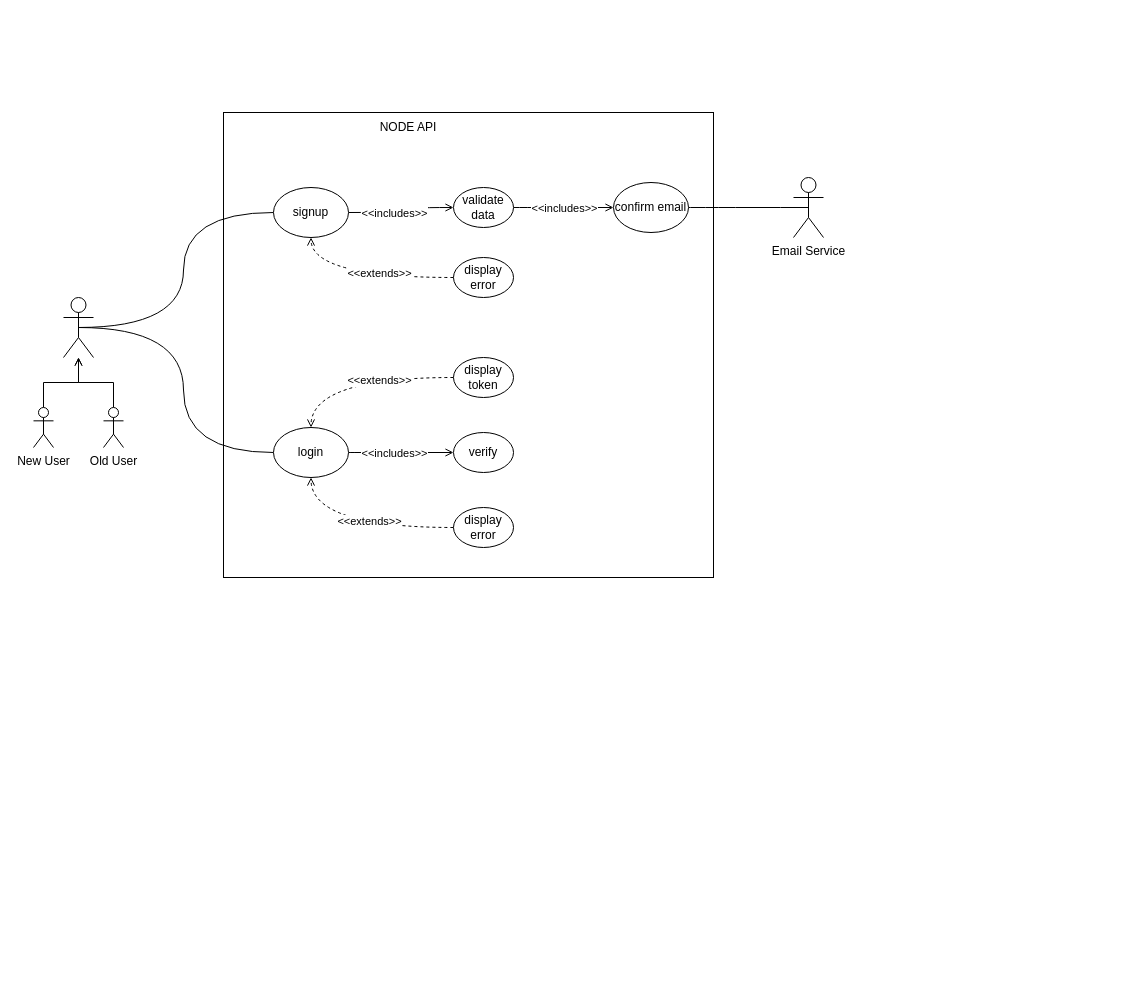
guimassoqueto/node-clean-api keeps this draw.io diagram as diagrams/UML/node-api.usecase.drawio. Above is the earlier version. Source tidied: cells renumbered, new cells numbered last; positions are measured from the earlier drawing's top-left corner, leaving out a move shared by most shapes. Both pictures are drawn from the tidied source at 100%, with x=0, y=0 at pixel (33, 112).
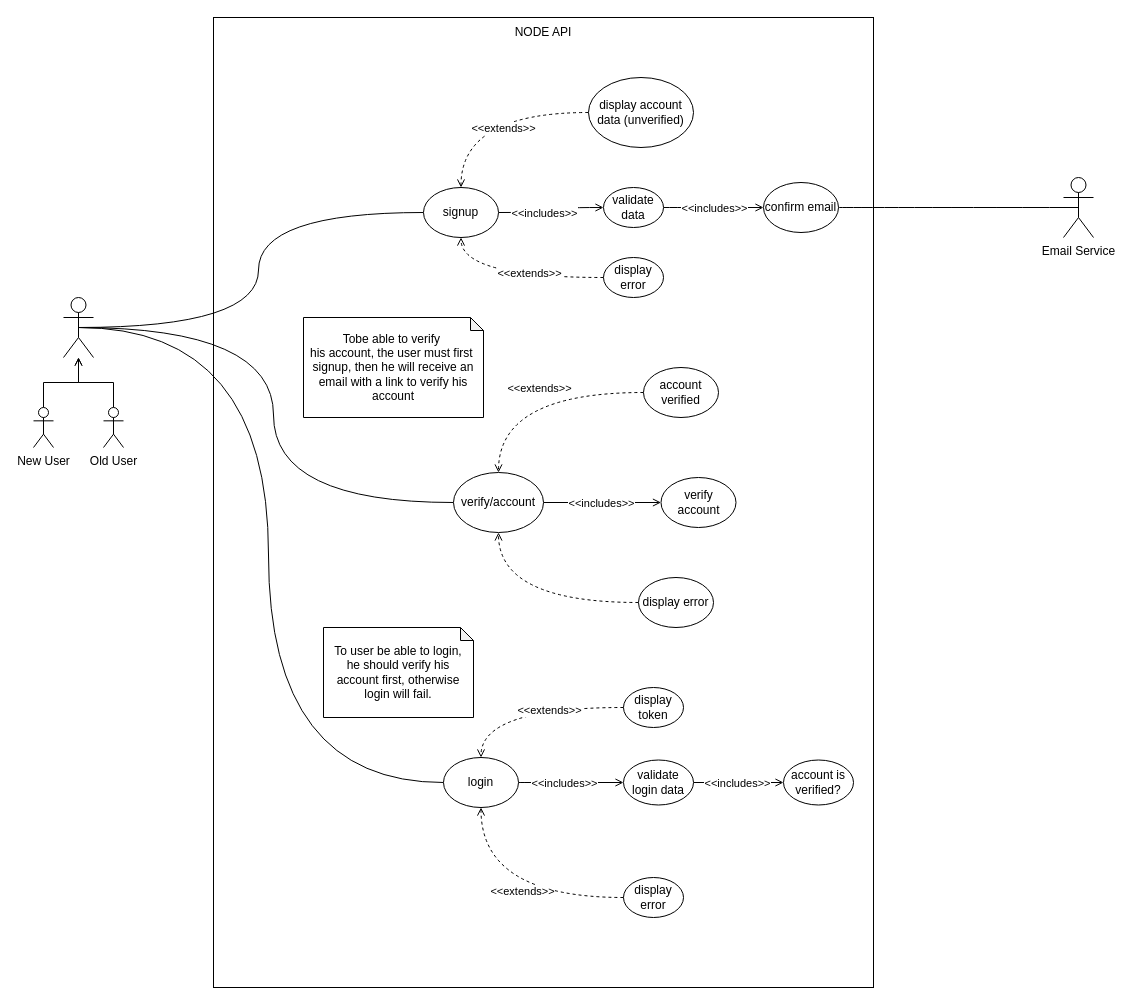
After the change.

Commit message (it also covers changes not shown here):
docs: update usecase diagram

Unchanged cells that the change refers to:
```xml
<mxCell id="5" style="shape=umlActor;verticalLabelPosition=bottom;verticalAlign=top;html=1;outlineConnect=0;" parent="1" vertex="1">
  <mxGeometry x="30" y="185" width="30" height="60" as="geometry" />
</mxCell>
```

What changed in the source:
```diff
@@
     <mxCell id="2" style="rounded=0;whiteSpace=wrap;html=1;fillColor=none;" parent="1" vertex="1">
-      <mxGeometry x="190" width="490" height="465" as="geometry" />
+      <mxGeometry x="180" y="-95" width="660" height="970" as="geometry" />
     </mxCell>
@@
+    <mxCell id="34" style="edgeStyle=orthogonalEdgeStyle;jettySize=auto;html=1;exitX=0.5;exitY=0.5;exitDx=0;exitDy=0;exitPerimeter=0;entryX=0;entryY=0.5;entryDx=0;entryDy=0;curved=1;endArrow=none;endFill=0;" parent="1" edge="1" source="5" target="42">
+      <mxGeometry relative="1" as="geometry" />
+    </mxCell>
@@
     <mxCell id="9" value="signup" style="ellipse;whiteSpace=wrap;html=1;" parent="1" vertex="1">
-      <mxGeometry x="240" y="75" width="75" height="50" as="geometry" />
+      <mxGeometry x="390" y="75" width="75" height="50" as="geometry" />
     </mxCell>
@@
     <mxCell id="12" value="login" style="ellipse;whiteSpace=wrap;html=1;" parent="1" vertex="1">
-      <mxGeometry x="240" y="315" width="75" height="50" as="geometry" />
+      <mxGeometry x="410" y="645" width="75" height="50" as="geometry" />
     </mxCell>
@@
     <mxCell id="15" value="validate data" style="ellipse;whiteSpace=wrap;html=1;" parent="1" vertex="1">
-      <mxGeometry x="420" y="75" width="60" height="40" as="geometry" />
+      <mxGeometry x="570" y="75" width="60" height="40" as="geometry" />
     </mxCell>
@@
     <mxCell id="18" value="display error" style="ellipse;whiteSpace=wrap;html=1;" parent="1" vertex="1">
-      <mxGeometry x="420" y="145" width="60" height="40" as="geometry" />
+      <mxGeometry x="570" y="145" width="60" height="40" as="geometry" />
     </mxCell>
+    <mxCell id="35" style="edgeStyle=orthogonalEdgeStyle;rounded=0;jettySize=auto;html=1;endArrow=open;endFill=0;" parent="1" edge="1" source="19" target="51">
+      <mxGeometry relative="1" as="geometry" />
+    </mxCell>
+    <mxCell id="36" value="&amp;lt;&amp;lt;includes&amp;gt;&amp;gt;" style="edgeLabel;html=1;align=center;verticalAlign=middle;" parent="35" vertex="1">
+      <mxGeometry x="-0.24" y="3" relative="1" as="geometry">
+        <mxPoint x="9" y="3" as="offset" />
+      </mxGeometry>
+    </mxCell>
-    <mxCell id="19" value="&lt;div&gt;verify&lt;br&gt;&lt;/div&gt;" style="ellipse;whiteSpace=wrap;html=1;" parent="1" vertex="1">
-      <mxGeometry x="420" y="320" width="60" height="40" as="geometry" />
+    <mxCell id="19" value="&lt;div&gt;validate login data&lt;br&gt;&lt;/div&gt;" style="ellipse;whiteSpace=wrap;html=1;" parent="1" vertex="1">
+      <mxGeometry x="590" y="647.5" width="70" height="45" as="geometry" />
     </mxCell>
@@
     <mxCell id="22" value="display error" style="ellipse;whiteSpace=wrap;html=1;" parent="1" vertex="1">
-      <mxGeometry x="420" y="395" width="60" height="40" as="geometry" />
+      <mxGeometry x="590" y="765" width="60" height="40" as="geometry" />
     </mxCell>
@@
     <mxCell id="25" value="display token" style="ellipse;whiteSpace=wrap;html=1;" parent="1" vertex="1">
-      <mxGeometry x="420" y="245" width="60" height="40" as="geometry" />
+      <mxGeometry x="590" y="575" width="60" height="40" as="geometry" />
     </mxCell>
     <mxCell id="26" value="NODE API" style="text;html=1;strokeColor=none;fillColor=none;align=center;verticalAlign=middle;whiteSpace=wrap;rounded=0;" parent="1" vertex="1">
-      <mxGeometry x="345" width="60" height="30" as="geometry" />
+      <mxGeometry x="480" y="-95" width="60" height="30" as="geometry" />
     </mxCell>
     <mxCell id="27" value="Email Service" style="shape=umlActor;verticalLabelPosition=bottom;verticalAlign=top;html=1;outlineConnect=0;" parent="1" vertex="1">
-      <mxGeometry x="760" y="65" width="30" height="60" as="geometry" />
+      <mxGeometry x="1030" y="65" width="30" height="60" as="geometry" />
     </mxCell>
@@
     <mxCell id="29" value="confirm email" style="ellipse;whiteSpace=wrap;html=1;" parent="1" vertex="1">
-      <mxGeometry x="580" y="70" width="75" height="50" as="geometry" />
+      <mxGeometry x="730" y="70" width="75" height="50" as="geometry" />
     </mxCell>
@@
+    <mxCell id="37" style="edgeStyle=orthogonalEdgeStyle;jettySize=auto;html=1;entryX=0.5;entryY=0;entryDx=0;entryDy=0;curved=1;dashed=1;endArrow=open;endFill=0;" parent="1" edge="1" source="39" target="9">
+      <mxGeometry relative="1" as="geometry" />
+    </mxCell>
+    <mxCell id="38" value="&amp;lt;&amp;lt;extends&amp;gt;&amp;gt;" style="edgeLabel;html=1;align=center;verticalAlign=middle;" parent="37" vertex="1">
+      <mxGeometry x="-0.15" y="15" relative="1" as="geometry" />
+    </mxCell>
+    <mxCell id="39" value="display account data (unverified)" style="ellipse;whiteSpace=wrap;html=1;" parent="1" vertex="1">
+      <mxGeometry x="555" y="-35" width="105" height="70" as="geometry" />
+    </mxCell>
+    <mxCell id="40" style="edgeStyle=orthogonalEdgeStyle;rounded=0;jettySize=auto;html=1;endArrow=open;endFill=0;" parent="1" edge="1" source="42" target="43">
+      <mxGeometry relative="1" as="geometry" />
+    </mxCell>
+    <mxCell id="41" value="&amp;lt;&amp;lt;includes&amp;gt;&amp;gt;" style="edgeLabel;html=1;align=center;verticalAlign=middle;" parent="40" vertex="1">
+      <mxGeometry x="-0.21" relative="1" as="geometry">
+        <mxPoint x="11" as="offset" />
+      </mxGeometry>
+    </mxCell>
+    <mxCell id="42" value="verify/account" style="ellipse;whiteSpace=wrap;html=1;" parent="1" vertex="1">
+      <mxGeometry x="420" y="360" width="90" height="60" as="geometry" />
+    </mxCell>
+    <mxCell id="43" value="verify account" style="ellipse;whiteSpace=wrap;html=1;" parent="1" vertex="1">
+      <mxGeometry x="627.5" y="365" width="75" height="50" as="geometry" />
+    </mxCell>
+    <mxCell id="44" style="edgeStyle=orthogonalEdgeStyle;jettySize=auto;html=1;dashed=1;curved=1;endArrow=open;endFill=0;" parent="1" edge="1" source="46" target="42">
+      <mxGeometry relative="1" as="geometry" />
+    </mxCell>
+    <mxCell id="45" value="&amp;lt;&amp;lt;extends&amp;gt;&amp;gt;" style="edgeLabel;html=1;align=center;verticalAlign=middle;" parent="44" vertex="1">
+      <mxGeometry x="-0.06" y="-5" relative="1" as="geometry">
+        <mxPoint x="1" as="offset" />
+      </mxGeometry>
+    </mxCell>
+    <mxCell id="46" value="account verified" style="ellipse;whiteSpace=wrap;html=1;" parent="1" vertex="1">
+      <mxGeometry x="610" y="255" width="75" height="50" as="geometry" />
+    </mxCell>
+    <mxCell id="47" style="edgeStyle=orthogonalEdgeStyle;jettySize=auto;html=1;dashed=1;curved=1;endArrow=open;endFill=0;" parent="1" edge="1" source="48" target="42">
+      <mxGeometry relative="1" as="geometry" />
+    </mxCell>
+    <mxCell id="48" value="display error" style="ellipse;whiteSpace=wrap;html=1;" parent="1" vertex="1">
+      <mxGeometry x="605" y="465" width="75" height="50" as="geometry" />
+    </mxCell>
+    <mxCell id="49" value="Tobe able to verify&amp;nbsp;&lt;br&gt;his account, the user must first&amp;nbsp;&lt;br&gt;signup, then he will receive an email with a link to verify his account" style="shape=note;whiteSpace=wrap;html=1;backgroundOutline=1;darkOpacity=0.05;size=13;" parent="1" vertex="1">
+      <mxGeometry x="270" y="205" width="180" height="100" as="geometry" />
+    </mxCell>
+    <mxCell id="50" value="To user be able to login,&lt;br&gt;he should verify his account first, otherwise login will fail." style="shape=note;whiteSpace=wrap;html=1;backgroundOutline=1;darkOpacity=0.05;size=13;" parent="1" vertex="1">
+      <mxGeometry x="290" y="515" width="150" height="90" as="geometry" />
+    </mxCell>
+    <mxCell id="51" value="&lt;div&gt;account is verified?&lt;/div&gt;" style="ellipse;whiteSpace=wrap;html=1;" parent="1" vertex="1">
+      <mxGeometry x="750" y="647.5" width="70" height="45" as="geometry" />
+    </mxCell>
```
